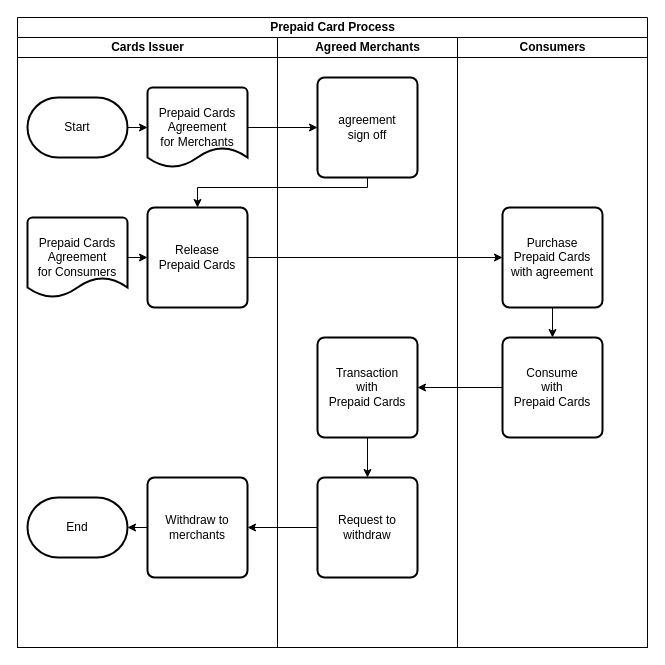
Earlier version of the draw.io diagram prepaid card process.drawio (LinhaiShen/draw.io). Source tidied: cells renumbered, new cells numbered last; positions are measured from the earlier drawing's top-left corner, leaving out a move shared by most shapes. Both pictures are drawn from the tidied source at 100%, with x=0, y=0 at pixel (17, 17).
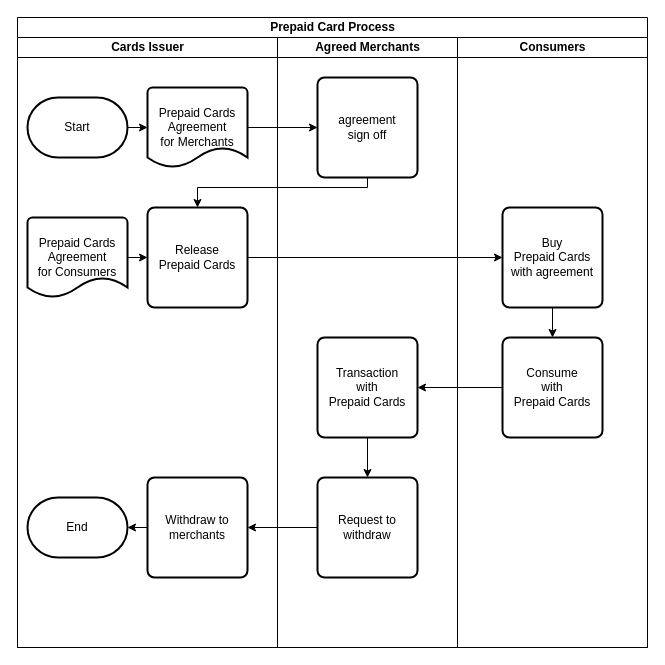
The same diagram, later.

Unchanged cells that the change refers to:
```xml
<mxCell id="18" value="Consumers" style="swimlane;startSize=20;html=1;" parent="2" vertex="1">
  <mxGeometry x="440" y="20" width="190" height="610" as="geometry" />
</mxCell>
```

The edit, as a diff of the source:
```diff
@@
-    <mxCell id="20" value="Purchase&lt;br&gt;Prepaid Cards&lt;br&gt;with agreement" style="rounded=1;whiteSpace=wrap;html=1;absoluteArcSize=1;arcSize=14;strokeWidth=2;" parent="18" vertex="1">
+    <mxCell id="20" value="Buy&lt;br&gt;Prepaid Cards&lt;br&gt;with agreement" style="rounded=1;whiteSpace=wrap;html=1;absoluteArcSize=1;arcSize=14;strokeWidth=2;" parent="18" vertex="1">
       <mxGeometry x="45" y="170" width="100" height="100" as="geometry" />
     </mxCell>
```
